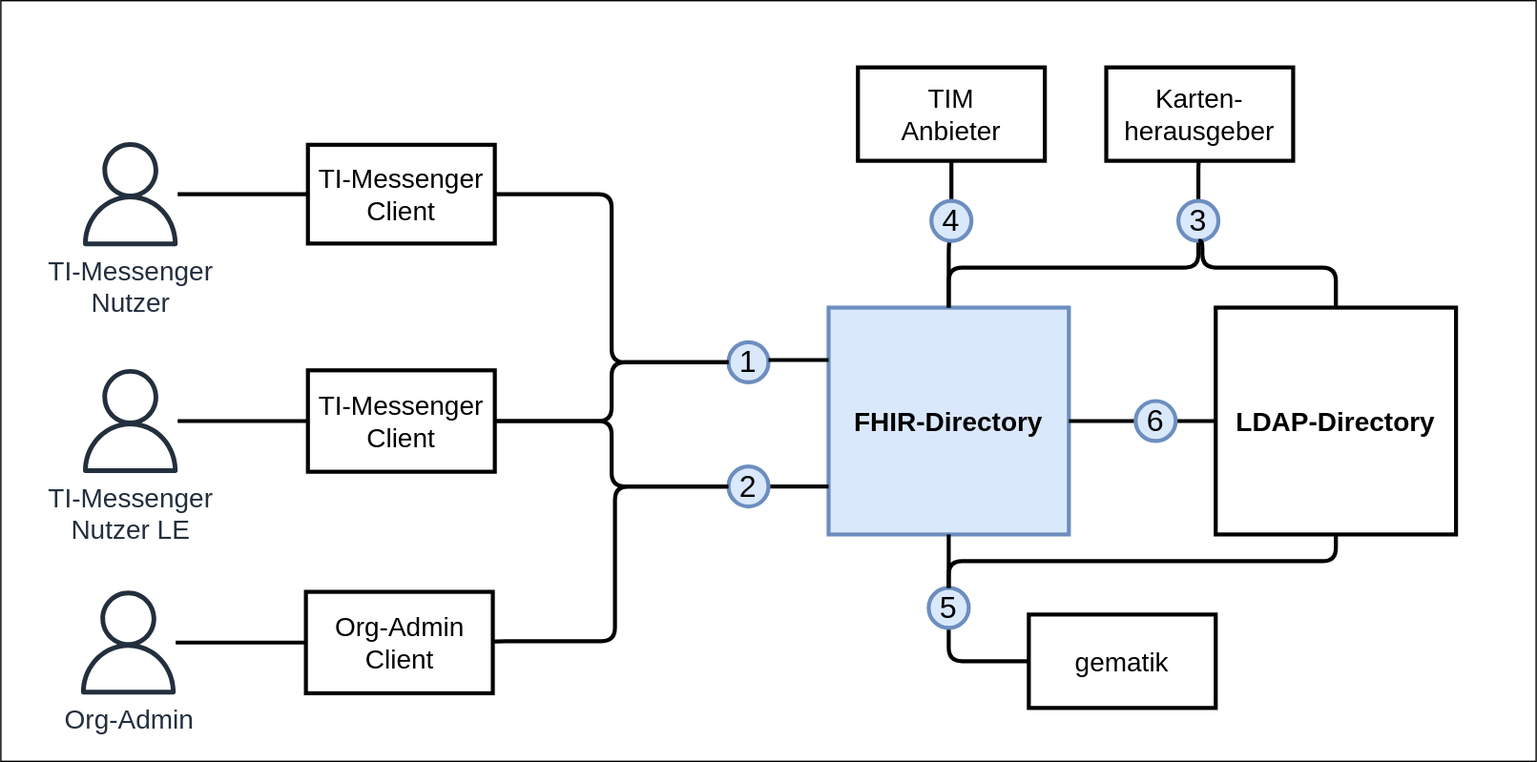
This is images/FHIR-Directory_Systemkontext.svg from gematik/api-vzd, a draw.io export, as it was before one commit. Source tidied: cells renumbered, new cells last; positions are measured from the earlier drawing's top-left corner, leaving out a move shared by most shapes.
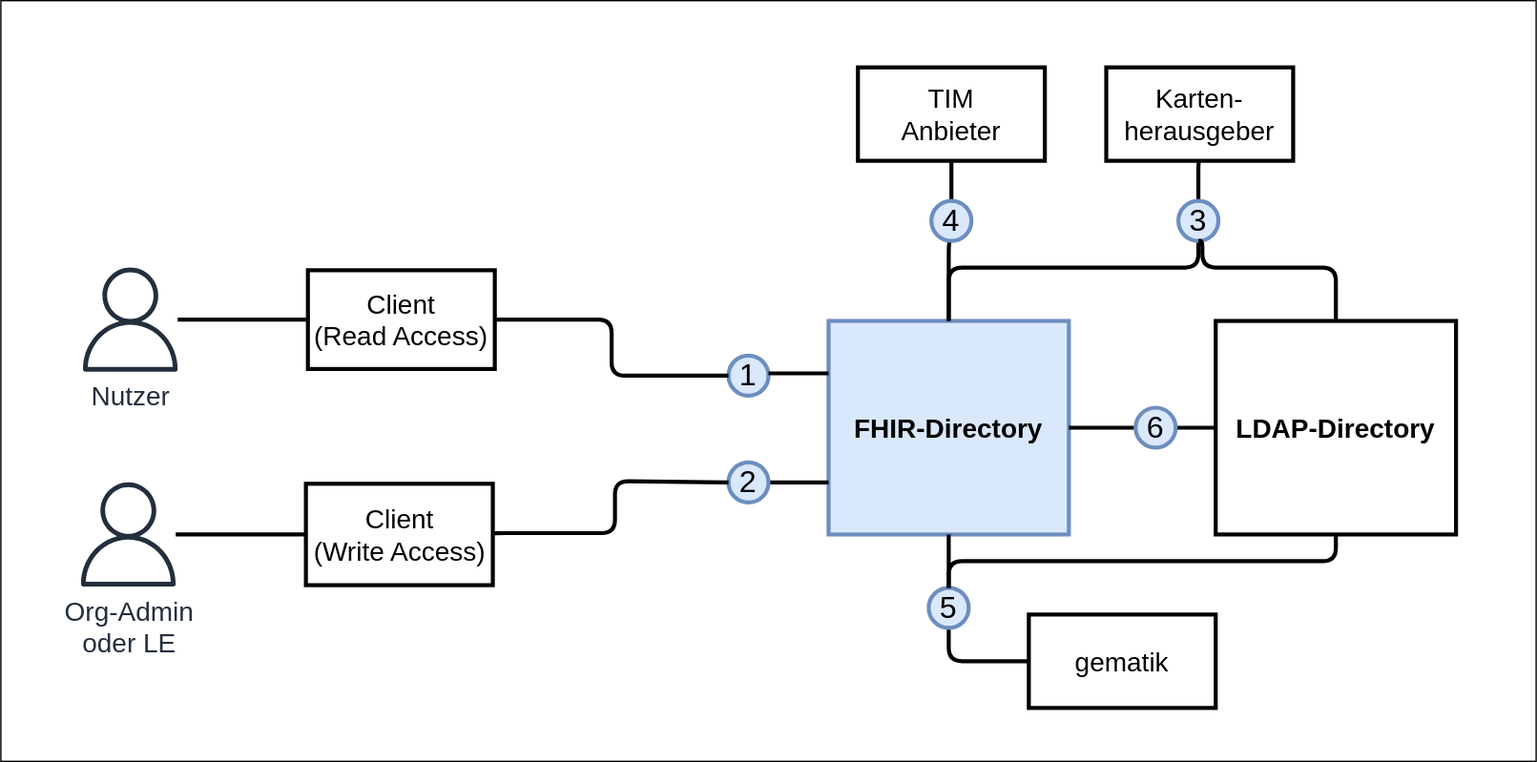
Above is the later version.

Commit message:
generic search

Change to the diagram source:
```diff
@@ -6,7 +6,7 @@
       <mxGeometry width="1150" height="570" as="geometry" />
     </mxCell>
     <mxCell id="3" value="LDAP-Directory" style="rounded=0;whiteSpace=wrap;html=1;fillColor=#FFFFFF;strokeColor=#000000;strokeWidth=3;fontSize=20;fontStyle=1;" parent="1" vertex="1">
-      <mxGeometry x="910" y="230" width="180" height="170" as="geometry" />
+      <mxGeometry x="910" y="240" width="180" height="160" as="geometry" />
     </mxCell>
     <mxCell id="4" style="edgeStyle=orthogonalEdgeStyle;rounded=0;jettySize=auto;html=1;" parent="1" edge="1" source="5">
       <mxGeometry relative="1" as="geometry">
@@ -18,7 +18,7 @@
       </mxGeometry>
     </mxCell>
     <mxCell id="5" value="FHIR-Directory" style="rounded=0;whiteSpace=wrap;html=1;fillColor=#dae8fc;strokeColor=#6c8ebf;strokeWidth=3;fontSize=20;fontStyle=1;" parent="1" vertex="1">
-      <mxGeometry x="620" y="230" width="180" height="170" as="geometry" />
+      <mxGeometry x="620" y="240" width="180" height="160" as="geometry" />
     </mxCell>
     <mxCell id="6" style="edgeStyle=orthogonalEdgeStyle;jettySize=auto;html=1;exitX=0.5;exitY=0;exitDx=0;exitDy=0;entryX=0.5;entryY=1;entryDx=0;entryDy=0;fontSize=16;endArrow=none;endFill=0;strokeWidth=3;fontStyle=0;rounded=1;" parent="1" edge="1" source="5" target="17">
       <mxGeometry relative="1" as="geometry">
@@ -31,15 +31,9 @@
     <mxCell id="7" style="edgeStyle=orthogonalEdgeStyle;curved=1;jettySize=auto;html=1;exitX=1;exitY=0.5;exitDx=0;exitDy=0;entryX=0;entryY=0.5;entryDx=0;entryDy=0;fontSize=16;endArrow=none;endFill=0;strokeWidth=3;fontStyle=0;" parent="1" edge="1" source="5" target="19">
       <mxGeometry relative="1" as="geometry" />
     </mxCell>
-    <mxCell id="8" value="TI-Messenger Client" style="rounded=0;whiteSpace=wrap;html=1;strokeWidth=3;fontSize=20;fontStyle=0;" parent="1" vertex="1">
-      <mxGeometry x="230" y="108" width="140" height="74" as="geometry" />
+    <mxCell id="8" value="Client&lt;br&gt;(Read Access)" style="rounded=0;whiteSpace=wrap;html=1;strokeWidth=3;fontSize=20;fontStyle=0;" parent="1" vertex="1">
+      <mxGeometry x="230" y="202" width="140" height="74" as="geometry" />
     </mxCell>
-    <mxCell id="9" style="edgeStyle=orthogonalEdgeStyle;jettySize=auto;html=1;exitX=1;exitY=0.5;exitDx=0;exitDy=0;entryX=0;entryY=0.5;entryDx=0;entryDy=0;fontSize=23;fontColor=#999999;endArrow=none;endFill=0;strokeColor=#000000;strokeWidth=3;rounded=1;" parent="1" edge="1" source="10" target="21">
-      <mxGeometry relative="1" as="geometry" />
-    </mxCell>
-    <mxCell id="10" value="TI-Messenger Client" style="rounded=0;whiteSpace=wrap;html=1;strokeWidth=3;fontSize=20;fontStyle=0;" parent="1" vertex="1">
-      <mxGeometry x="230" y="277" width="140" height="76" as="geometry" />
-    </mxCell>
     <mxCell id="11" style="edgeStyle=orthogonalEdgeStyle;curved=1;orthogonalLoop=1;jettySize=auto;html=1;exitX=1;exitY=0.5;exitDx=0;exitDy=0;entryX=0;entryY=0.5;entryDx=0;entryDy=0;fontSize=16;endArrow=none;endFill=0;strokeWidth=3;fontStyle=0;" parent="1" edge="1">
       <mxGeometry relative="1" as="geometry">
         <mxPoint x="1047" y="315" as="sourcePoint" />
@@ -50,12 +44,6 @@
         <mxPoint x="1047" y="225" as="sourcePoint" />
       </mxGeometry>
     </mxCell>
-    <mxCell id="13" style="edgeStyle=orthogonalEdgeStyle;rounded=1;jettySize=auto;html=1;entryX=0;entryY=0.5;entryDx=0;entryDy=0;fontSize=23;fontColor=#999999;endArrow=none;endFill=0;strokeColor=#000000;strokeWidth=3;" parent="1" edge="1" source="14" target="10">
-      <mxGeometry relative="1" as="geometry" />
-    </mxCell>
-    <mxCell id="14" value="TI-Messenger&lt;br&gt;Nutzer LE" style="sketch=0;outlineConnect=0;fontColor=#232F3E;gradientColor=none;fillColor=#232F3D;strokeColor=none;dashed=0;verticalLabelPosition=bottom;verticalAlign=top;align=center;html=1;fontSize=20;fontStyle=0;shape=mxgraph.aws4.user;" parent="1" vertex="1">
-      <mxGeometry x="58" y="276" width="78" height="78" as="geometry" />
-    </mxCell>
     <mxCell id="15" style="edgeStyle=orthogonalEdgeStyle;jettySize=auto;html=1;entryX=0.5;entryY=0;entryDx=0;entryDy=0;fontSize=20;endArrow=none;endFill=0;exitX=0.5;exitY=1;exitDx=0;exitDy=0;strokeWidth=3;fontStyle=0;rounded=1;" parent="1" edge="1" source="24" target="17">
       <mxGeometry relative="1" as="geometry" />
     </mxCell>
@@ -65,21 +53,20 @@
     <mxCell id="17" value="3" style="ellipse;whiteSpace=wrap;html=1;fontSize=23;strokeWidth=3;fontStyle=0;fillColor=#dae8fc;strokeColor=#6c8ebf;" parent="1" vertex="1">
       <mxGeometry x="882" y="150" width="30" height="30" as="geometry" />
     </mxCell>
-    <mxCell id="18" style="edgeStyle=orthogonalEdgeStyle;curved=1;jettySize=auto;html=1;exitX=1;exitY=0.5;exitDx=0;exitDy=0;entryX=0;entryY=0.5;entryDx=0;entryDy=0;fontSize=16;endArrow=none;endFill=0;strokeWidth=3;fontStyle=0;" parent="1" edge="1" source="19">
-      <mxGeometry relative="1" as="geometry">
-        <mxPoint x="910" y="315" as="targetPoint" />
-      </mxGeometry>
+    <mxCell id="18" style="edgeStyle=orthogonalEdgeStyle;curved=1;jettySize=auto;html=1;exitX=1;exitY=0.5;exitDx=0;exitDy=0;entryX=0;entryY=0.5;entryDx=0;entryDy=0;fontSize=16;endArrow=none;endFill=0;strokeWidth=3;fontStyle=0;" parent="1" edge="1" source="19" target="3">
+      <mxGeometry relative="1" as="geometry" />
     </mxCell>
     <mxCell id="19" value="6" style="ellipse;whiteSpace=wrap;html=1;fontSize=23;strokeWidth=3;fontStyle=0;fillColor=#dae8fc;strokeColor=#6c8ebf;" parent="1" vertex="1">
-      <mxGeometry x="850" y="300" width="30" height="30" as="geometry" />
+      <mxGeometry x="850" y="305" width="30" height="30" as="geometry" />
     </mxCell>
-    <mxCell id="20" style="edgeStyle=orthogonalEdgeStyle;curved=1;jettySize=auto;html=1;entryX=0;entryY=0.5;entryDx=0;entryDy=0;fontSize=16;endArrow=none;endFill=0;strokeWidth=3;fontStyle=0;" parent="1" edge="1" source="21">
+    <mxCell id="20" style="edgeStyle=orthogonalEdgeStyle;curved=1;orthogonalLoop=1;jettySize=auto;html=1;entryX=0;entryY=0.5;entryDx=0;entryDy=0;fontSize=16;endArrow=none;endFill=0;strokeWidth=3;fontStyle=0;" parent="1" edge="1">
       <mxGeometry relative="1" as="geometry">
-        <mxPoint x="620" y="364" as="targetPoint" />
+        <mxPoint x="575" y="361" as="sourcePoint" />
+        <mxPoint x="620" y="361" as="targetPoint" />
       </mxGeometry>
     </mxCell>
     <mxCell id="21" value="&lt;font style=&quot;font-size: 23px&quot;&gt;&lt;span style=&quot;font-size: 23px&quot;&gt;2&lt;/span&gt;&lt;/font&gt;" style="ellipse;whiteSpace=wrap;html=1;fontSize=23;strokeWidth=3;fillColor=#dae8fc;strokeColor=#6c8ebf;fontStyle=0;" parent="1" vertex="1">
-      <mxGeometry x="545" y="349" width="30" height="30" as="geometry" />
+      <mxGeometry x="545" y="346" width="30" height="30" as="geometry" />
     </mxCell>
     <mxCell id="22" style="edgeStyle=orthogonalEdgeStyle;jettySize=auto;html=1;exitX=0.5;exitY=1;exitDx=0;exitDy=0;entryX=0.5;entryY=0;entryDx=0;entryDy=0;fontSize=20;endArrow=none;endFill=0;strokeWidth=3;fontStyle=0;rounded=1;" parent="1" edge="1" source="23" target="5">
       <mxGeometry relative="1" as="geometry">
@@ -110,8 +97,8 @@
     <mxCell id="28" value="gematik" style="rounded=0;whiteSpace=wrap;html=1;strokeWidth=3;fontSize=20;fontStyle=0;strokeColor=#000000;" parent="1" vertex="1">
       <mxGeometry x="770" y="460" width="140" height="70" as="geometry" />
     </mxCell>
-    <mxCell id="29" value="TI-Messenger&lt;br&gt;Nutzer" style="sketch=0;outlineConnect=0;fontColor=#232F3E;gradientColor=none;fillColor=#232F3D;strokeColor=none;dashed=0;verticalLabelPosition=bottom;verticalAlign=top;align=center;html=1;fontSize=20;fontStyle=0;shape=mxgraph.aws4.user;" parent="1" vertex="1">
-      <mxGeometry x="58" y="106" width="78" height="78" as="geometry" />
+    <mxCell id="29" value="Nutzer" style="sketch=0;outlineConnect=0;fontColor=#232F3E;gradientColor=none;fillColor=#232F3D;strokeColor=none;dashed=0;verticalLabelPosition=bottom;verticalAlign=top;align=center;html=1;fontSize=20;fontStyle=0;shape=mxgraph.aws4.user;" parent="1" vertex="1">
+      <mxGeometry x="58" y="200" width="78" height="78" as="geometry" />
     </mxCell>
     <mxCell id="30" style="edgeStyle=orthogonalEdgeStyle;rounded=1;jettySize=auto;html=1;entryX=0;entryY=0.5;entryDx=0;entryDy=0;fontSize=23;fontColor=#999999;endArrow=none;endFill=0;strokeColor=#000000;strokeWidth=3;" parent="1" edge="1" source="29" target="8">
       <mxGeometry relative="1" as="geometry" />
@@ -134,12 +121,12 @@
       </mxGeometry>
     </mxCell>
     <mxCell id="33" value="&lt;font style=&quot;font-size: 23px&quot;&gt;&lt;span style=&quot;font-size: 23px&quot;&gt;1&lt;/span&gt;&lt;/font&gt;" style="ellipse;whiteSpace=wrap;html=1;fontSize=23;strokeWidth=3;fillColor=#dae8fc;strokeColor=#6c8ebf;fontStyle=0;" parent="1" vertex="1">
-      <mxGeometry x="545" y="256" width="30" height="30" as="geometry" />
+      <mxGeometry x="545" y="266" width="30" height="30" as="geometry" />
     </mxCell>
     <mxCell id="34" style="edgeStyle=orthogonalEdgeStyle;curved=1;orthogonalLoop=1;jettySize=auto;html=1;entryX=0;entryY=0.5;entryDx=0;entryDy=0;fontSize=16;endArrow=none;endFill=0;strokeWidth=3;fontStyle=0;" parent="1" edge="1">
       <mxGeometry relative="1" as="geometry">
-        <mxPoint x="575" y="269.3" as="sourcePoint" />
-        <mxPoint x="620" y="269.3" as="targetPoint" />
+        <mxPoint x="575" y="279.3" as="sourcePoint" />
+        <mxPoint x="620" y="279.3" as="targetPoint" />
       </mxGeometry>
     </mxCell>
     <mxCell id="35" style="edgeStyle=orthogonalEdgeStyle;rounded=1;jettySize=auto;html=1;entryX=0;entryY=0.5;entryDx=0;entryDy=0;fontSize=23;fontColor=#999999;endArrow=none;endFill=0;strokeColor=#000000;strokeWidth=3;exitX=1;exitY=0.5;exitDx=0;exitDy=0;" parent="1" edge="1" source="8" target="33">
@@ -154,26 +141,24 @@
         </Array>
       </mxGeometry>
     </mxCell>
-    <mxCell id="37" style="edgeStyle=orthogonalEdgeStyle;jettySize=auto;html=1;exitX=1;exitY=0.5;exitDx=0;exitDy=0;entryX=0;entryY=0.5;entryDx=0;entryDy=0;fontSize=23;fontColor=#999999;endArrow=none;endFill=0;strokeColor=#000000;strokeWidth=3;rounded=1;" parent="1" edge="1" source="38" target="21">
+    <mxCell id="37" style="edgeStyle=orthogonalEdgeStyle;jettySize=auto;html=1;exitX=1;exitY=0.5;exitDx=0;exitDy=0;fontSize=23;fontColor=#999999;endArrow=none;endFill=0;strokeColor=#000000;strokeWidth=3;rounded=1;entryX=0;entryY=0.5;entryDx=0;entryDy=0;" parent="1" edge="1" source="38" target="21">
       <mxGeometry relative="1" as="geometry">
         <Array as="points">
-          <mxPoint x="369" y="480" />
-          <mxPoint x="460" y="480" />
-          <mxPoint x="460" y="364" />
+          <mxPoint x="369" y="399" />
+          <mxPoint x="460" y="399" />
+          <mxPoint x="460" y="360" />
+          <mxPoint x="545" y="360" />
         </Array>
       </mxGeometry>
     </mxCell>
-    <mxCell id="38" value="Org-Admin&lt;br&gt;Client" style="rounded=0;whiteSpace=wrap;html=1;strokeWidth=3;fontSize=20;fontStyle=0;" parent="1" vertex="1">
-      <mxGeometry x="228.5" y="443" width="140" height="76" as="geometry" />
+    <mxCell id="38" value="Client&lt;br&gt;(Write Access)" style="rounded=0;whiteSpace=wrap;html=1;strokeWidth=3;fontSize=20;fontStyle=0;" parent="1" vertex="1">
+      <mxGeometry x="228.5" y="362" width="140" height="76" as="geometry" />
     </mxCell>
     <mxCell id="39" style="edgeStyle=orthogonalEdgeStyle;rounded=1;jettySize=auto;html=1;entryX=0;entryY=0.5;entryDx=0;entryDy=0;fontSize=23;fontColor=#999999;endArrow=none;endFill=0;strokeColor=#000000;strokeWidth=3;" parent="1" edge="1" source="40" target="38">
       <mxGeometry relative="1" as="geometry" />
     </mxCell>
-    <mxCell id="40" value="Org-Admin" style="sketch=0;outlineConnect=0;fontColor=#232F3E;gradientColor=none;fillColor=#232F3D;strokeColor=none;dashed=0;verticalLabelPosition=bottom;verticalAlign=top;align=center;html=1;fontSize=20;fontStyle=0;shape=mxgraph.aws4.user;" parent="1" vertex="1">
-      <mxGeometry x="56.5" y="442" width="78" height="78" as="geometry" />
+    <mxCell id="40" value="Org-Admin&lt;br&gt;oder LE" style="sketch=0;outlineConnect=0;fontColor=#232F3E;gradientColor=none;fillColor=#232F3D;strokeColor=none;dashed=0;verticalLabelPosition=bottom;verticalAlign=top;align=center;html=1;fontSize=20;fontStyle=0;shape=mxgraph.aws4.user;" parent="1" vertex="1">
+      <mxGeometry x="56.5" y="361" width="78" height="78" as="geometry" />
     </mxCell>
-    <mxCell id="41" style="edgeStyle=orthogonalEdgeStyle;jettySize=auto;html=1;exitX=1;exitY=0.5;exitDx=0;exitDy=0;entryX=0;entryY=0.5;entryDx=0;entryDy=0;fontSize=23;fontColor=#999999;endArrow=none;endFill=0;strokeColor=#000000;strokeWidth=3;rounded=1;" parent="1" edge="1" source="10" target="33">
-      <mxGeometry relative="1" as="geometry" />
-    </mxCell>
   </root>
 </mxGraphModel>
```
